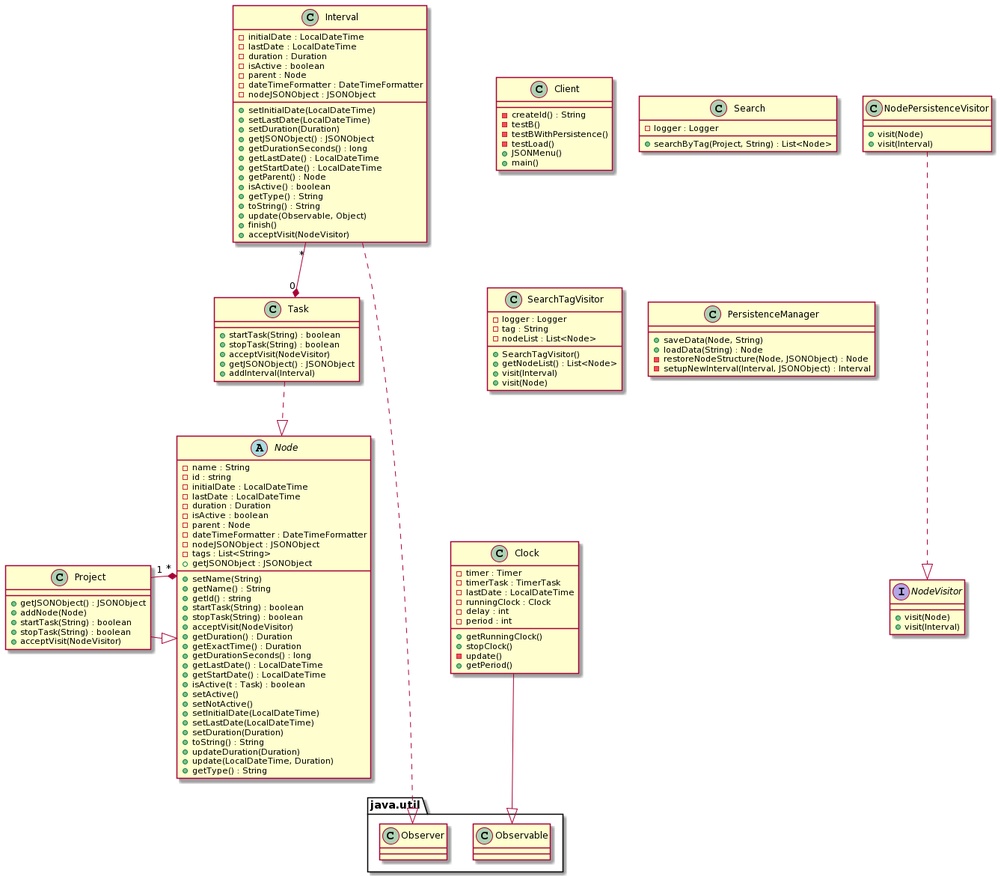
gonzaloarilla/DS_TimeTracker keeps this PlantUML diagram as src/UML_V6.png. Above is the earlier version. Its diagram source:
```plantuml
@startuml
class Client {
- createId() : String
- testB()
- testBWithPersistence()
- testLoad()
+ JSONMenu()
+ main()
}

class Search{
- logger : Logger
+ searchByTag(Project, String) : List<Node>
}

class SearchTagVisitor{
- logger : Logger
- tag : String
- nodeList : List<Node>
+ SearchTagVisitor()
+ getNodeList() : List<Node>
+ visit(Interval)
+ visit(Node)
}

abstract Node {
- name : String
- id : string
- initialDate : LocalDateTime
- lastDate : LocalDateTime
- duration : Duration
- isActive : boolean
- parent : Node
- dateTimeFormatter : DateTimeFormatter
- nodeJSONObject : JSONObject
- tags : List<String>
+ getJSONObject : JSONObject
+ setName(String)
+ getName() : String
+ getId() : string
+ startTask(String) : boolean
+ stopTask(String) : boolean
+ acceptVisit(NodeVisitor)
+ getDuration() : Duration
+ getExactTime() : Duration
+ getDurationSeconds() : long
+ getLastDate() : LocalDateTime
+ getStartDate() : LocalDateTime
+ isActive(t : Task) : boolean
+ setActive()
+ setNotActive()
+ setInitialDate(LocalDateTime)
+ setLastDate(LocalDateTime)
+ setDuration(Duration)
+ toString() : String
+ updateDuration(Duration)
+ update(LocalDateTime, Duration)
+ getType() : String
}

class Project {
+ getJSONObject() : JSONObject
+ addNode(Node)
+ startTask(String) : boolean
+ stopTask(String) : boolean
+ acceptVisit(NodeVisitor)
}

class Task {
+ startTask(String) : boolean
+ stopTask(String) : boolean
+ acceptVisit(NodeVisitor)
+ getJSONObject() : JSONObject
+ addInterval(Interval)
}

class Interval {
- initialDate : LocalDateTime
- lastDate : LocalDateTime
- duration : Duration
- isActive : boolean
- parent : Node
- dateTimeFormatter : DateTimeFormatter
- nodeJSONObject : JSONObject
+ setInitialDate(LocalDateTime)
+ setLastDate(LocalDateTime)
+ setDuration(Duration)
+ getJSONObject() : JSONObject
+ getDurationSeconds() : long
+ getLastDate() : LocalDateTime
+ getStartDate() : LocalDateTime
+ getParent() : Node
+ isActive() : boolean
+ getType() : String
+ toString() : String
+ update(Observable, Object)
+ finish()
+ acceptVisit(NodeVisitor)
}

class Clock {
- timer : Timer
- timerTask : TimerTask
- lastDate : LocalDateTime
- runningClock : Clock
- delay : int
- period : int
+ getRunningClock()
+ stopClock()
- update()
+ getPeriod()
}

class NodePersistenceVisitor {
+ visit(Node)
+ visit(Interval)
}

interface NodeVisitor {
+ visit(Node)
+ visit(Interval)
}

class PersistenceManager {
+ saveData(Node, String)
+ loadData(String) : Node
- restoreNodeStructure(Node, JSONObject) : Node
- setupNewInterval(Interval, JSONObject) : Interval
}

Project -|> Node
Node "*" *-- "1" Project
Task -.|> Node
Clock -down-|> java.util.Observable
Interval -.down.-|> java.util.Observer
Interval "*" --* "0" Task
NodePersistenceVisitor -.down-|> NodeVisitor
@enduml
```
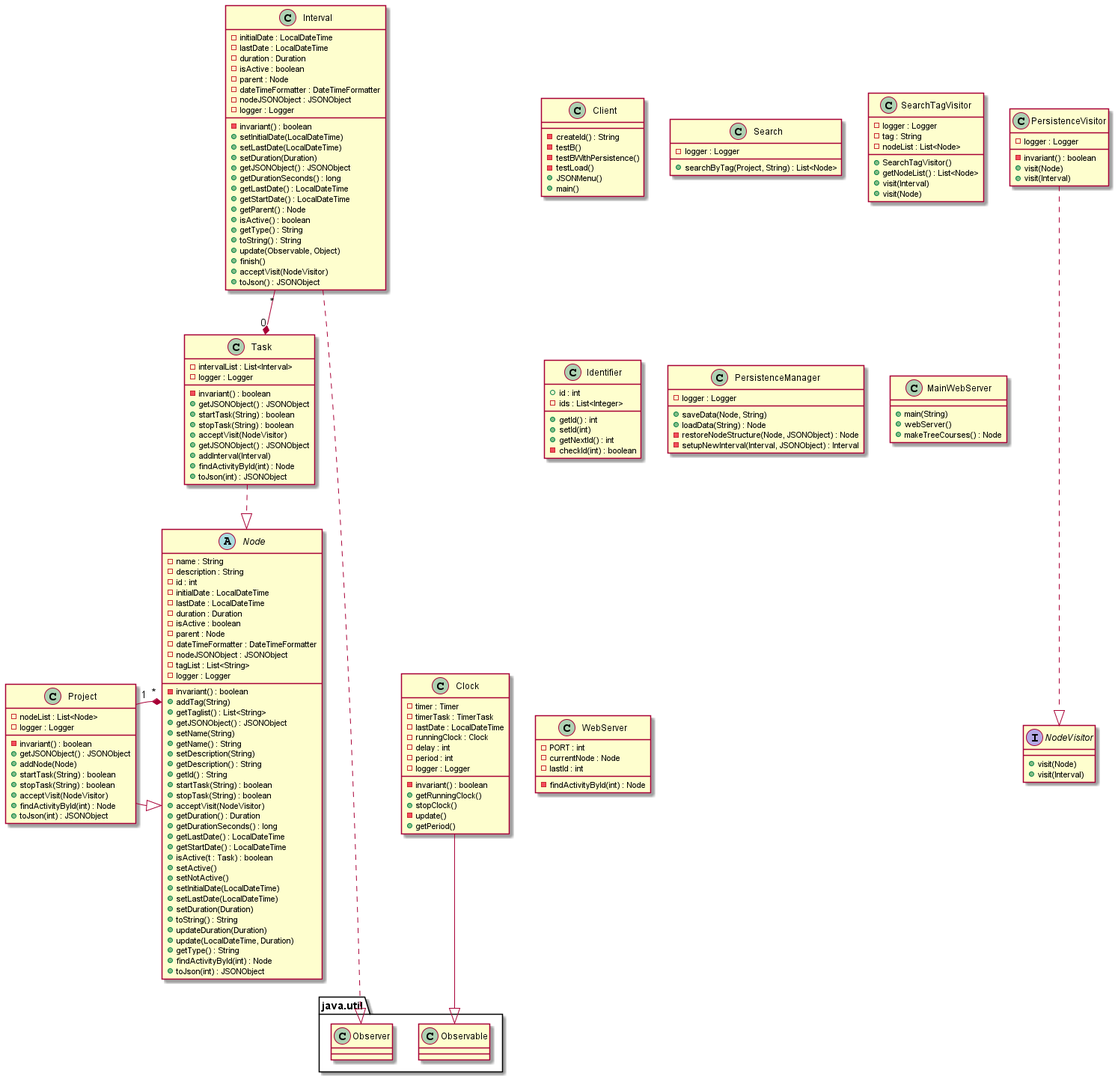
The same diagram one commit later.

Commit message:
- Changes in classes to add Descriptions - Now we update tags when a new node is created - UML updated

What changed in the source:
```diff
@@ -25,7 +25,8 @@
 
 abstract Node {
 - name : String
-- id : string
+- description : String
+- id : int
 - initialDate : LocalDateTime
 - lastDate : LocalDateTime
 - duration : Duration
@@ -33,16 +34,21 @@
 - parent : Node
 - dateTimeFormatter : DateTimeFormatter
 - nodeJSONObject : JSONObject
-- tags : List<String>
-+ getJSONObject : JSONObject
+- tagList : List<String>
+- logger : Logger
+- invariant() : boolean
++ addTag(String)
++ getTaglist() : List<String>
++ getJSONObject() : JSONObject
 + setName(String)
 + getName() : String
-+ getId() : string
++ setDescription(String)
++ getDescription() : String
++ getId() : String
 + startTask(String) : boolean
 + stopTask(String) : boolean
 + acceptVisit(NodeVisitor)
 + getDuration() : Duration
-+ getExactTime() : Duration
 + getDurationSeconds() : long
 + getLastDate() : LocalDateTime
 + getStartDate() : LocalDateTime
@@ -56,22 +62,36 @@
 + updateDuration(Duration)
 + update(LocalDateTime, Duration)
 + getType() : String
++ findActivityById(int) : Node
++ toJson(int) : JSONObject
+
 }
 
 class Project {
+- nodeList : List<Node>
+- logger : Logger
+- invariant() : boolean
 + getJSONObject() : JSONObject
 + addNode(Node)
 + startTask(String) : boolean
 + stopTask(String) : boolean
 + acceptVisit(NodeVisitor)
++ findActivityById(int) : Node
++ toJson(int) : JSONObject
 }
 
 class Task {
+- intervalList : List<Interval>
+- logger : Logger
+- invariant() : boolean
++ getJSONObject() : JSONObject
 + startTask(String) : boolean
 + stopTask(String) : boolean
 + acceptVisit(NodeVisitor)
 + getJSONObject() : JSONObject
 + addInterval(Interval)
++ findActivityById(int) : Node
++ toJson(int) : JSONObject
 }
 
 class Interval {
@@ -82,6 +102,8 @@
 - parent : Node
 - dateTimeFormatter : DateTimeFormatter
 - nodeJSONObject : JSONObject
+- logger : Logger
+- invariant() : boolean
 + setInitialDate(LocalDateTime)
 + setLastDate(LocalDateTime)
 + setDuration(Duration)
@@ -96,6 +118,7 @@
 + update(Observable, Object)
 + finish()
 + acceptVisit(NodeVisitor)
++ toJson() : JSONObject
 }
 
 class Clock {
@@ -105,13 +128,27 @@
 - runningClock : Clock
 - delay : int
 - period : int
+- logger : Logger
+- invariant() : boolean
 + getRunningClock()
 + stopClock()
 - update()
 + getPeriod()
+
 }
 
-class NodePersistenceVisitor {
+class Identifier {
++ id : int
+- ids : List<Integer>
++ getId() : int
++ setId(int)
++ getNextId() : int
+- checkId(int) : boolean
+}
+
+class PersistenceVisitor {
+- logger : Logger
+- invariant() : boolean
 + visit(Node)
 + visit(Interval)
 }
@@ -122,10 +159,24 @@
 }
 
 class PersistenceManager {
+- logger : Logger
 + saveData(Node, String)
 + loadData(String) : Node
 - restoreNodeStructure(Node, JSONObject) : Node
 - setupNewInterval(Interval, JSONObject) : Interval
+}
+
+class MainWebServer {
++ main(String)
++ webServer()
++ makeTreeCourses() : Node
+}
+
+class WebServer {
+- PORT : int
+- currentNode : Node
+- lastId : int
+- findActivityById(int) : Node
 }
 
 Project -|> Node
@@ -134,5 +185,5 @@
 Clock -down-|> java.util.Observable
 Interval -.down.-|> java.util.Observer
 Interval "*" --* "0" Task
-NodePersistenceVisitor -.down-|> NodeVisitor
+PersistenceVisitor -.down-|> NodeVisitor
 @enduml
```
